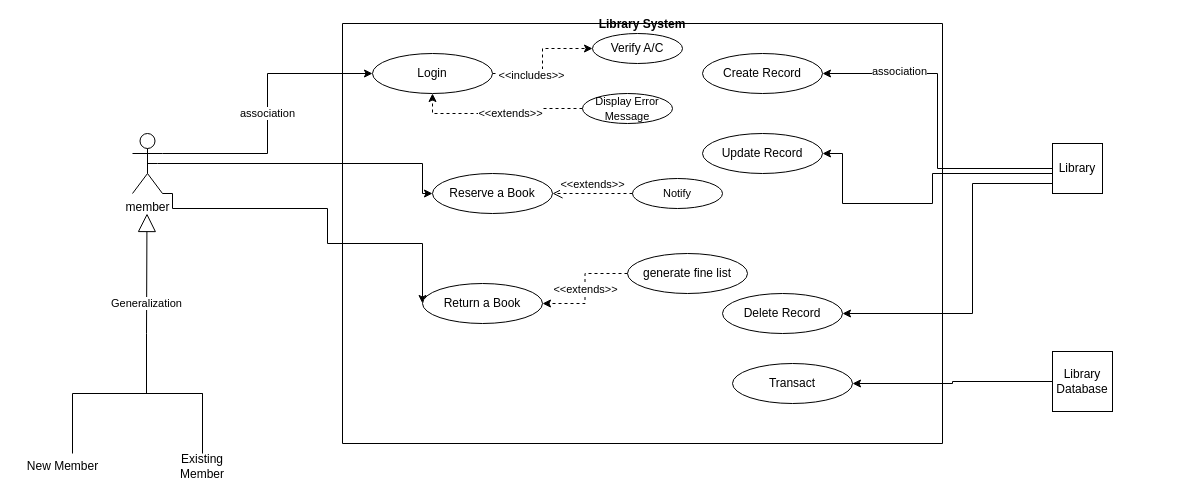
Before: Class Assignment1 - Usecase Diagrams.drawio in VinCoD/ERDs, a draw.io diagram. Source tidied: cells renumbered, new cells numbered last; positions are measured from the earlier drawing's top-left corner, leaving out a move shared by most shapes. Both pictures are drawn from the tidied source at 100%, with x=0, y=0 at pixel (17, 23).
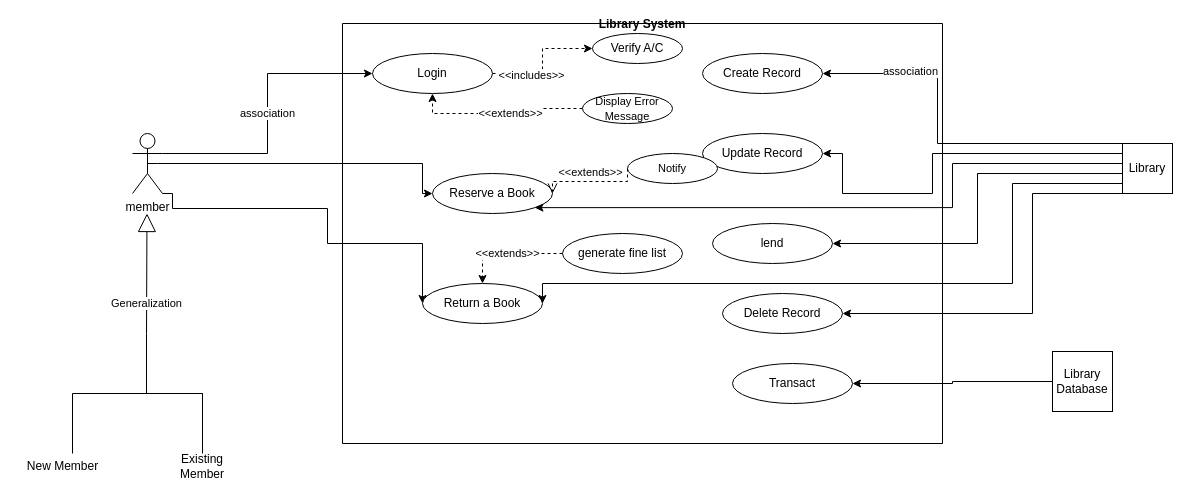
Above is the later version.

The change refers to these unchanged cells:
```xml
<mxCell id="6" value="Library System" style="swimlane;startSize=0;" parent="1" vertex="1">
  <mxGeometry x="325" width="600" height="420" as="geometry" />
</mxCell>
<mxCell id="10" value="Reserve a Book" style="ellipse;whiteSpace=wrap;html=1;" parent="6" vertex="1">
  <mxGeometry x="90" y="150" width="120" height="40" as="geometry" />
</mxCell>
<mxCell id="11" value="Return a Book" style="ellipse;whiteSpace=wrap;html=1;" parent="6" vertex="1">
  <mxGeometry x="80" y="260" width="120" height="40" as="geometry" />
</mxCell>
<mxCell id="14" value="Create Record" style="ellipse;whiteSpace=wrap;html=1;" parent="6" vertex="1">
  <mxGeometry x="360" y="30" width="120" height="40" as="geometry" />
</mxCell>
<mxCell id="15" value="Update Record" style="ellipse;whiteSpace=wrap;html=1;" parent="6" vertex="1">
  <mxGeometry x="360" y="110" width="120" height="40" as="geometry" />
</mxCell>
<mxCell id="16" value="Delete Record" style="ellipse;whiteSpace=wrap;html=1;" parent="6" vertex="1">
  <mxGeometry x="380" y="270" width="120" height="40" as="geometry" />
</mxCell>
```

The edit, as a diff of the source:
```diff
@@
     <mxCell id="13" value="generate fine list" style="ellipse;whiteSpace=wrap;html=1;" parent="6" vertex="1">
-      <mxGeometry x="285" y="230" width="120" height="40" as="geometry" />
+      <mxGeometry x="220" y="210" width="120" height="40" as="geometry" />
     </mxCell>
@@
     <mxCell id="22" value="&lt;font style=&quot;font-size: 11px;&quot;&gt;Notify&lt;/font&gt;" style="ellipse;whiteSpace=wrap;html=1;" parent="6" vertex="1">
-      <mxGeometry x="290" y="155" width="90" height="30" as="geometry" />
+      <mxGeometry x="285" y="130" width="90" height="30" as="geometry" />
     </mxCell>
-    <mxCell id="23" value="&amp;lt;&amp;lt;extends&amp;gt;&amp;gt;" style="html=1;verticalAlign=bottom;endArrow=open;dashed=1;endSize=8;edgeStyle=elbowEdgeStyle;elbow=vertical;curved=0;rounded=0;" parent="6" edge="1">
+    <mxCell id="23" value="&amp;lt;&amp;lt;extends&amp;gt;&amp;gt;" style="html=1;verticalAlign=bottom;endArrow=open;dashed=1;endSize=8;edgeStyle=elbowEdgeStyle;elbow=vertical;curved=0;rounded=0;exitX=0;exitY=0.5;exitDx=0;exitDy=0;" parent="6" edge="1" source="22">
       <mxGeometry relative="1" as="geometry">
-        <mxPoint x="290" y="170" as="sourcePoint" />
         <mxPoint x="210" y="170" as="targetPoint" />
       </mxGeometry>
     </mxCell>
+    <mxCell id="36" value="lend&lt;br&gt;" style="ellipse;whiteSpace=wrap;html=1;" parent="6" vertex="1">
+      <mxGeometry x="370" y="200" width="120" height="40" as="geometry" />
+    </mxCell>
     <mxCell id="24" style="edgeStyle=orthogonalEdgeStyle;rounded=0;jettySize=auto;html=1;entryX=1;entryY=0.5;entryDx=0;entryDy=0;" parent="1" edge="1" source="28" target="14">
-      <mxGeometry relative="1" as="geometry" />
+      <mxGeometry relative="1" as="geometry">
+        <Array as="points">
+          <mxPoint x="920" y="120" />
+          <mxPoint x="920" y="50" />
+        </Array>
+      </mxGeometry>
     </mxCell>
@@
     <mxCell id="26" style="edgeStyle=orthogonalEdgeStyle;rounded=0;jettySize=auto;html=1;entryX=1;entryY=0.5;entryDx=0;entryDy=0;" parent="1" edge="1" source="28" target="15">
       <mxGeometry relative="1" as="geometry">
         <Array as="points">
-          <mxPoint x="915" y="150" />
-          <mxPoint x="915" y="180" />
-          <mxPoint x="825" y="180" />
+          <mxPoint x="915" y="130" />
+          <mxPoint x="915" y="170" />
+          <mxPoint x="825" y="170" />
+          <mxPoint x="825" y="130" />
         </Array>
       </mxGeometry>
     </mxCell>
     <mxCell id="27" style="edgeStyle=orthogonalEdgeStyle;rounded=0;jettySize=auto;html=1;entryX=1;entryY=0.5;entryDx=0;entryDy=0;" parent="1" edge="1" source="28" target="16">
       <mxGeometry relative="1" as="geometry">
         <Array as="points">
-          <mxPoint x="955" y="160" />
-          <mxPoint x="955" y="290" />
+          <mxPoint x="1015" y="170" />
+          <mxPoint x="1015" y="290" />
         </Array>
       </mxGeometry>
     </mxCell>
+    <mxCell id="37" style="edgeStyle=orthogonalEdgeStyle;rounded=0;jettySize=auto;html=1;entryX=1;entryY=0.5;entryDx=0;entryDy=0;" parent="1" edge="1" source="28" target="11">
+      <mxGeometry relative="1" as="geometry">
+        <Array as="points">
+          <mxPoint x="995" y="160" />
+          <mxPoint x="995" y="260" />
+          <mxPoint x="525" y="260" />
+        </Array>
+      </mxGeometry>
+    </mxCell>
+    <mxCell id="38" style="edgeStyle=orthogonalEdgeStyle;rounded=0;jettySize=auto;html=1;entryX=1;entryY=1;entryDx=0;entryDy=0;" parent="1" edge="1" source="28" target="10">
+      <mxGeometry relative="1" as="geometry">
+        <Array as="points">
+          <mxPoint x="935" y="140" />
+          <mxPoint x="935" y="184" />
+        </Array>
+      </mxGeometry>
+    </mxCell>
+    <mxCell id="39" style="edgeStyle=orthogonalEdgeStyle;rounded=0;jettySize=auto;html=1;entryX=1;entryY=0.5;entryDx=0;entryDy=0;" parent="1" edge="1" source="28" target="36">
+      <mxGeometry relative="1" as="geometry">
+        <Array as="points">
+          <mxPoint x="960" y="150" />
+          <mxPoint x="960" y="220" />
+        </Array>
+      </mxGeometry>
+    </mxCell>
     <mxCell id="28" value="Library" style="whiteSpace=wrap;html=1;" parent="1" vertex="1">
-      <mxGeometry x="1035" y="120" width="50" height="50" as="geometry" />
+      <mxGeometry x="1105" y="120" width="50" height="50" as="geometry" />
     </mxCell>
```
